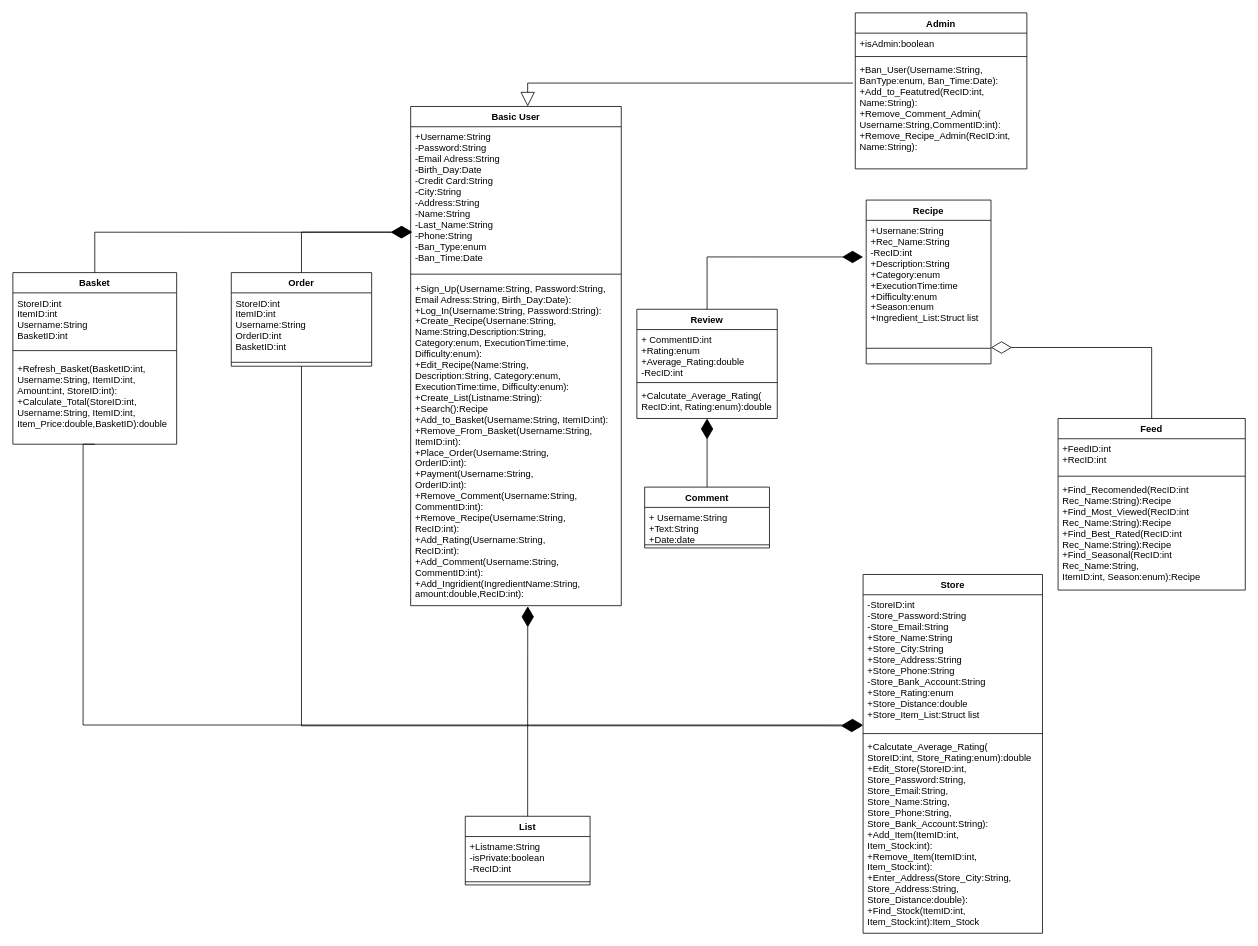
Above: Αναφορές/4o Παραδοτέο TΛ/Domain-model-v0.3.drawio in NKapetanidis/TexnologiaLogismikou (draw.io), before the change. Source tidied: cells renumbered, new cells numbered last; positions are measured from the earlier drawing's top-left corner, leaving out a move shared by most shapes. Both pictures are drawn from the tidied source at 78%, with x=0, y=0 at pixel (12, 12).
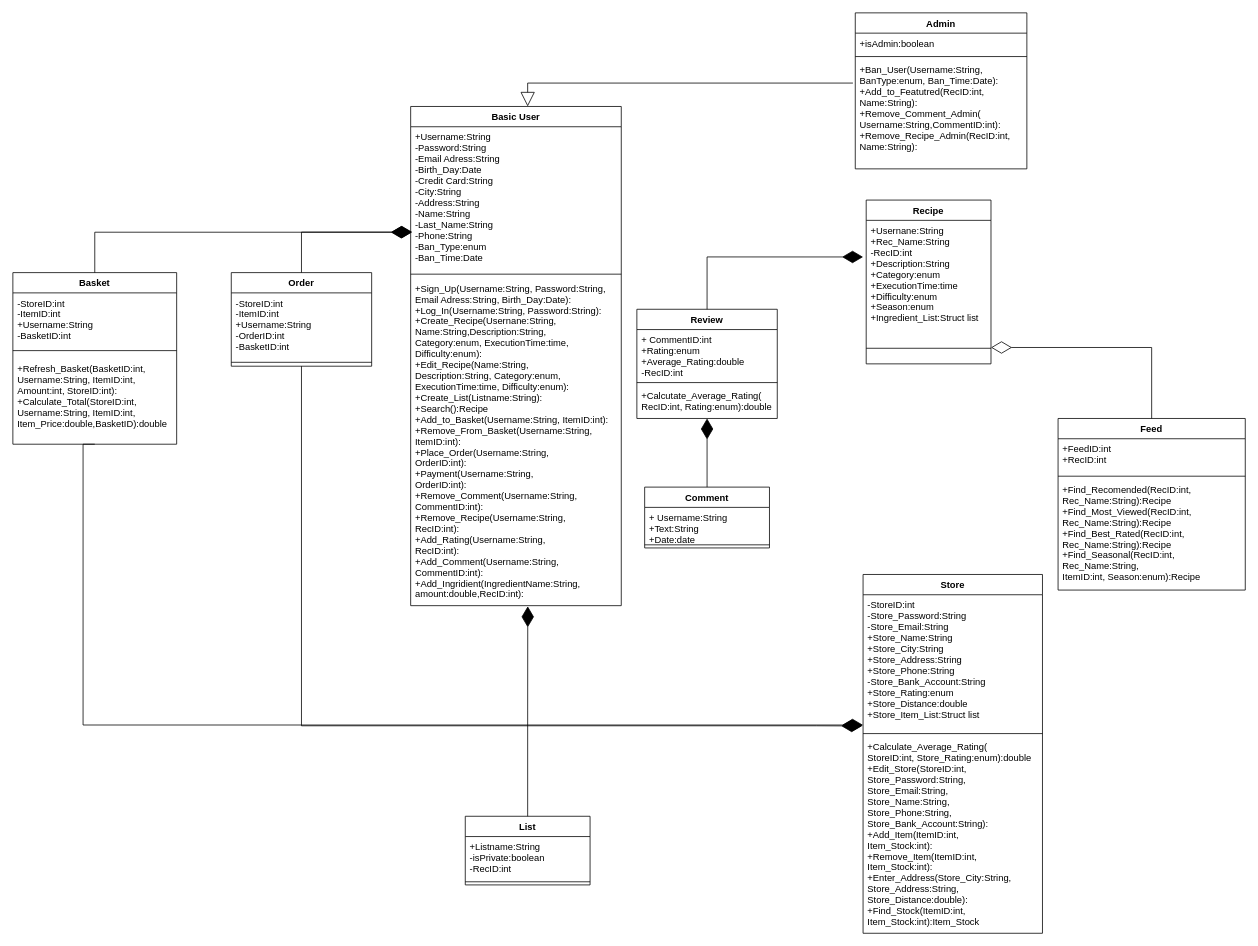
The same page after the edit.

Commit message (it also covers changes not shown here):
Final docx and fixing some oversights in diagram

The change refers to these unchanged cells:
```xml
<mxCell id="27" value="Feed" style="swimlane;fontStyle=1;align=center;verticalAlign=top;horizontal=1;startSize=26;" parent="1" vertex="1">
  <mxGeometry x="1340" y="520" width="240" height="220" as="geometry" />
</mxCell>
<mxCell id="32" value="Store" style="swimlane;fontStyle=1;align=center;verticalAlign=top;horizontal=1;startSize=26;" parent="1" vertex="1">
  <mxGeometry x="1090" y="720" width="230" height="460" as="geometry" />
</mxCell>
<mxCell id="36" value="Order" style="swimlane;fontStyle=1;align=center;verticalAlign=top;horizontal=1;startSize=26;" parent="1" vertex="1">
  <mxGeometry x="280" y="333" width="180" height="120" as="geometry" />
</mxCell>
<mxCell id="41" value="Basket" style="swimlane;fontStyle=1;align=center;verticalAlign=top;horizontal=1;startSize=26;" parent="1" vertex="1">
  <mxGeometry y="333" width="210" height="220" as="geometry" />
</mxCell>
```

Diff of the diagram source:
```diff
@@
-    <mxCell id="30" value="+Find_Recomended(RecID:int&#10;Rec_Name:String):Recipe&#10;+Find_Most_Viewed(RecID:int&#10;Rec_Name:String):Recipe&#10;+Find_Best_Rated(RecID:int&#10;Rec_Name:String):Recipe&#10;+Find_Seasonal(RecID:int&#10;Rec_Name:String,&#10;ItemID:int, Season:enum):Recipe" style="text;strokeColor=none;fillColor=none;align=left;verticalAlign=top;spacingLeft=4;spacingRight=4;overflow=hidden;" parent="27" vertex="1">
+    <mxCell id="30" value="+Find_Recomended(RecID:int,&#10;Rec_Name:String):Recipe&#10;+Find_Most_Viewed(RecID:int,&#10;Rec_Name:String):Recipe&#10;+Find_Best_Rated(RecID:int,&#10;Rec_Name:String):Recipe&#10;+Find_Seasonal(RecID:int,&#10;Rec_Name:String,&#10;ItemID:int, Season:enum):Recipe" style="text;strokeColor=none;fillColor=none;align=left;verticalAlign=top;spacingLeft=4;spacingRight=4;overflow=hidden;" parent="27" vertex="1">
       <mxGeometry y="78" width="240" height="142" as="geometry" />
     </mxCell>
@@
-    <mxCell id="35" value="+Calcutate_Average_Rating(&#10;StoreID:int, Store_Rating:enum):double&#10;+Edit_Store(StoreID:int,&#10;Store_Password:String,&#10;Store_Email:String,&#10;Store_Name:String,&#10;Store_Phone:String,&#10;Store_Bank_Account:String):&#10;+Add_Item(ItemID:int, &#10;Item_Stock:int):&#10;+Remove_Item(ItemID:int, &#10;Item_Stock:int):&#10;+Enter_Address(Store_City:String,&#10;Store_Address:String,&#10;Store_Distance:double):&#10;+Find_Stock(ItemID:int, &#10;Item_Stock:int):Item_Stock&#10;&#10;" style="text;strokeColor=none;fillColor=none;align=left;verticalAlign=top;spacingLeft=4;spacingRight=4;overflow=hidden;" parent="32" vertex="1">
+    <mxCell id="35" value="+Calculate_Average_Rating(&#10;StoreID:int, Store_Rating:enum):double&#10;+Edit_Store(StoreID:int,&#10;Store_Password:String,&#10;Store_Email:String,&#10;Store_Name:String,&#10;Store_Phone:String,&#10;Store_Bank_Account:String):&#10;+Add_Item(ItemID:int, &#10;Item_Stock:int):&#10;+Remove_Item(ItemID:int, &#10;Item_Stock:int):&#10;+Enter_Address(Store_City:String,&#10;Store_Address:String,&#10;Store_Distance:double):&#10;+Find_Stock(ItemID:int, &#10;Item_Stock:int):Item_Stock&#10;&#10;" style="text;strokeColor=none;fillColor=none;align=left;verticalAlign=top;spacingLeft=4;spacingRight=4;overflow=hidden;" parent="32" vertex="1">
       <mxGeometry y="208" width="230" height="252" as="geometry" />
     </mxCell>
@@
-    <mxCell id="37" value="StoreID:int&#10;ItemID:int&#10;Username:String&#10;OrderID:int&#10;BasketID:int&#10;" style="text;strokeColor=none;fillColor=none;align=left;verticalAlign=top;spacingLeft=4;spacingRight=4;overflow=hidden;" parent="36" vertex="1">
+    <mxCell id="37" value="-StoreID:int&#10;-ItemID:int&#10;+Username:String&#10;-OrderID:int&#10;-BasketID:int&#10;" style="text;strokeColor=none;fillColor=none;align=left;verticalAlign=top;spacingLeft=4;spacingRight=4;overflow=hidden;" parent="36" vertex="1">
       <mxGeometry y="26" width="180" height="84" as="geometry" />
     </mxCell>
@@
-    <mxCell id="42" value="StoreID:int&#10;ItemID:int&#10;Username:String&#10;BasketID:int" style="text;strokeColor=none;fillColor=none;align=left;verticalAlign=top;spacingLeft=4;spacingRight=4;overflow=hidden;" parent="41" vertex="1">
+    <mxCell id="42" value="-StoreID:int&#10;-ItemID:int&#10;+Username:String&#10;-BasketID:int" style="text;strokeColor=none;fillColor=none;align=left;verticalAlign=top;spacingLeft=4;spacingRight=4;overflow=hidden;" parent="41" vertex="1">
       <mxGeometry y="26" width="210" height="64" as="geometry" />
     </mxCell>
```
